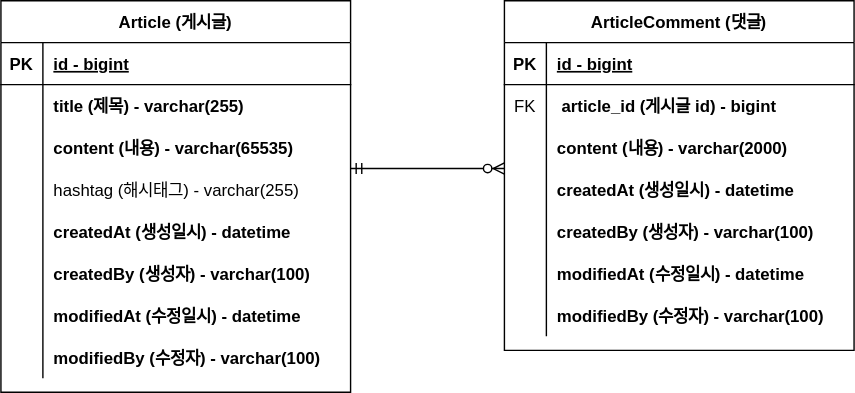
dmlee19/fastcampus-project-board keeps this draw.io diagram as document/project-board-erd.svg. Above is the earlier version. Source tidied: cells renumbered, new cells last; positions are measured from the earlier drawing's top-left corner, leaving out a move shared by most shapes.
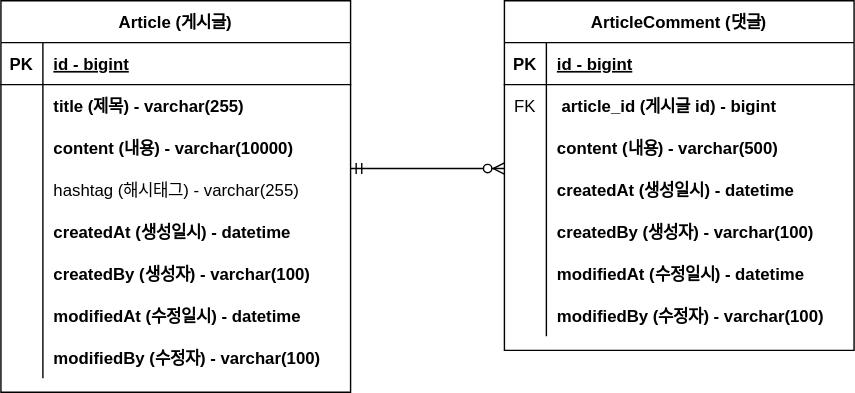
After the change.

Commit message:
#12 - ERD 업데이트: content 사이즈 변경

What changed in the source:
```diff
@@ -29,7 +29,7 @@
     <mxCell id="10" style="shape=partialRectangle;overflow=hidden;fillColor=none;top=0;left=0;bottom=0;right=0;" parent="9" vertex="1">
       <mxGeometry width="30" height="30" as="geometry" />
     </mxCell>
-    <mxCell id="11" value="content (내용) - varchar(65535)" style="shape=partialRectangle;overflow=hidden;fillColor=none;top=0;left=0;bottom=0;right=0;align=left;spacingLeft=6;fontStyle=1;" parent="9" vertex="1">
+    <mxCell id="11" value="content (내용) - varchar(10000)" style="shape=partialRectangle;overflow=hidden;fillColor=none;top=0;left=0;bottom=0;right=0;align=left;spacingLeft=6;fontStyle=1;" parent="9" vertex="1">
       <mxGeometry x="30" width="220" height="30" as="geometry" />
     </mxCell>
     <mxCell id="12" style="shape=partialRectangle;fillColor=none;top=0;left=0;right=0;bottom=0;" parent="2" vertex="1">
@@ -104,7 +104,7 @@
     <mxCell id="35" style="shape=partialRectangle;overflow=hidden;fillColor=none;top=0;left=0;bottom=0;right=0;" parent="34" vertex="1">
       <mxGeometry width="30" height="30" as="geometry" />
     </mxCell>
-    <mxCell id="36" value="content (내용) - varchar(2000)" style="shape=partialRectangle;overflow=hidden;fillColor=none;top=0;left=0;bottom=0;right=0;align=left;spacingLeft=6;fontStyle=1;" parent="34" vertex="1">
+    <mxCell id="36" value="content (내용) - varchar(500)" style="shape=partialRectangle;overflow=hidden;fillColor=none;top=0;left=0;bottom=0;right=0;align=left;spacingLeft=6;fontStyle=1;" parent="34" vertex="1">
       <mxGeometry x="30" width="220" height="30" as="geometry" />
     </mxCell>
     <mxCell id="37" style="shape=partialRectangle;fillColor=none;top=0;left=0;right=0;bottom=0;" parent="27" vertex="1">
```
